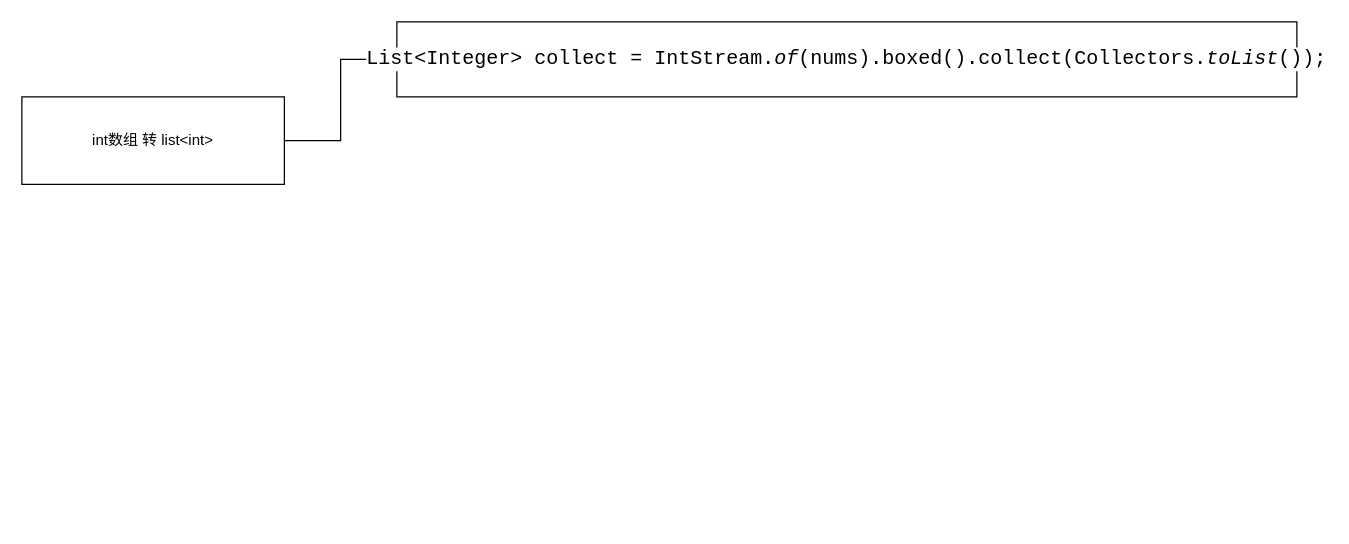
Above: page "流" (1 of 2) of learn.drawio in sunhcer/test (draw.io), before the change. Source tidied: cells renumbered, new cells numbered last; positions are measured from the earlier drawing's top-left corner, leaving out a move shared by most shapes. Both pictures are drawn from the tidied source at 125%, with x=0, y=0 at pixel (21, 21).
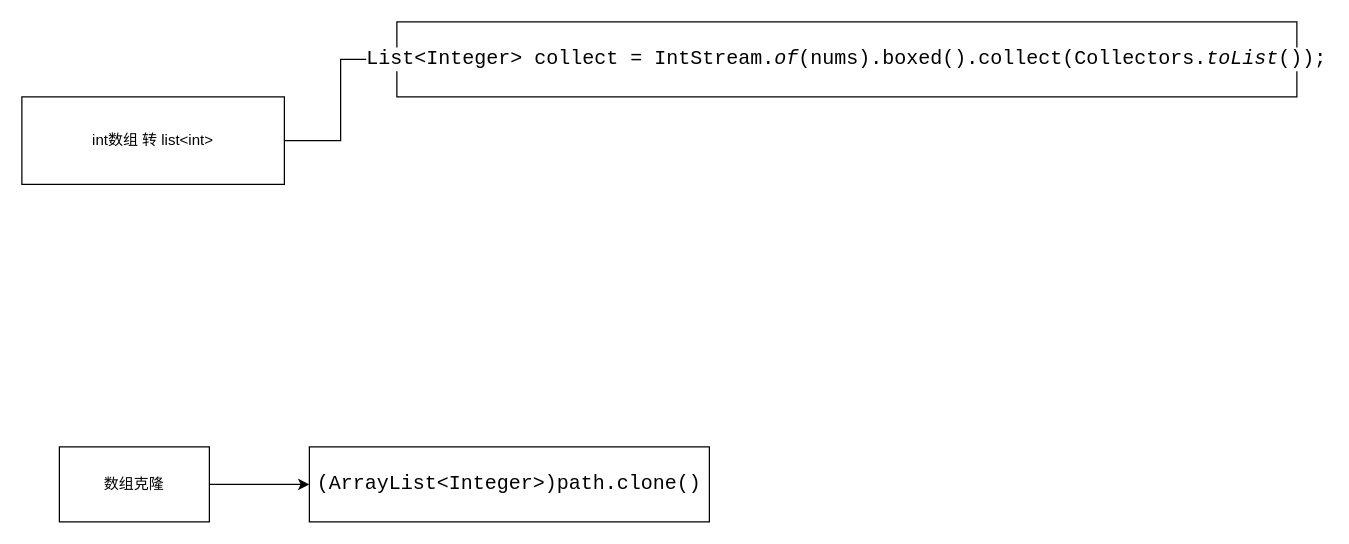
After the change.

Change to the diagram source:
```diff
@@
 <mxGraphModel>
   <root>
     <mxCell id="0" />
     <mxCell id="1" parent="0" />
     <mxCell id="2" style="edgeStyle=orthogonalEdgeStyle;rounded=0;jettySize=auto;html=1;" parent="1" edge="1" source="3" target="4">
       <mxGeometry relative="1" as="geometry" />
     </mxCell>
     <mxCell id="3" value="int数组 转 list&amp;lt;int&amp;gt;" style="rounded=0;whiteSpace=wrap;html=1;direction=south;" parent="1" vertex="1">
       <mxGeometry y="60" width="210" height="70" as="geometry" />
     </mxCell>
     <mxCell id="4" value="&lt;pre style=&quot;background-color: rgb(255 , 255 , 255) ; font-family: &amp;#34;consolas&amp;#34; ; font-size: 12pt&quot;&gt;List&amp;lt;Integer&amp;gt; collect = IntStream.&lt;span style=&quot;font-style: italic&quot;&gt;of&lt;/span&gt;(nums).boxed().collect(Collectors.&lt;span style=&quot;font-style: italic&quot;&gt;toList&lt;/span&gt;());&lt;br&gt;&lt;/pre&gt;" style="rounded=0;whiteSpace=wrap;html=1;" parent="1" vertex="1">
       <mxGeometry x="300" width="720" height="60" as="geometry" />
     </mxCell>
+    <mxCell id="5" style="edgeStyle=orthogonalEdgeStyle;rounded=0;jettySize=auto;html=1;" parent="1" edge="1" source="6" target="7">
+      <mxGeometry relative="1" as="geometry" />
+    </mxCell>
+    <mxCell id="6" value="数组克隆" style="rounded=0;whiteSpace=wrap;html=1;" parent="1" vertex="1">
+      <mxGeometry x="30" y="340" width="120" height="60" as="geometry" />
+    </mxCell>
+    <mxCell id="7" value="&lt;pre style=&quot;background-color: rgb(255 , 255 , 255) ; font-family: &amp;#34;consolas&amp;#34; ; font-size: 12pt&quot;&gt;(ArrayList&amp;lt;Integer&amp;gt;)path.clone()&lt;/pre&gt;" style="rounded=0;whiteSpace=wrap;html=1;" parent="1" vertex="1">
+      <mxGeometry x="230" y="340" width="320" height="60" as="geometry" />
+    </mxCell>
   </root>
 </mxGraphModel>
```
